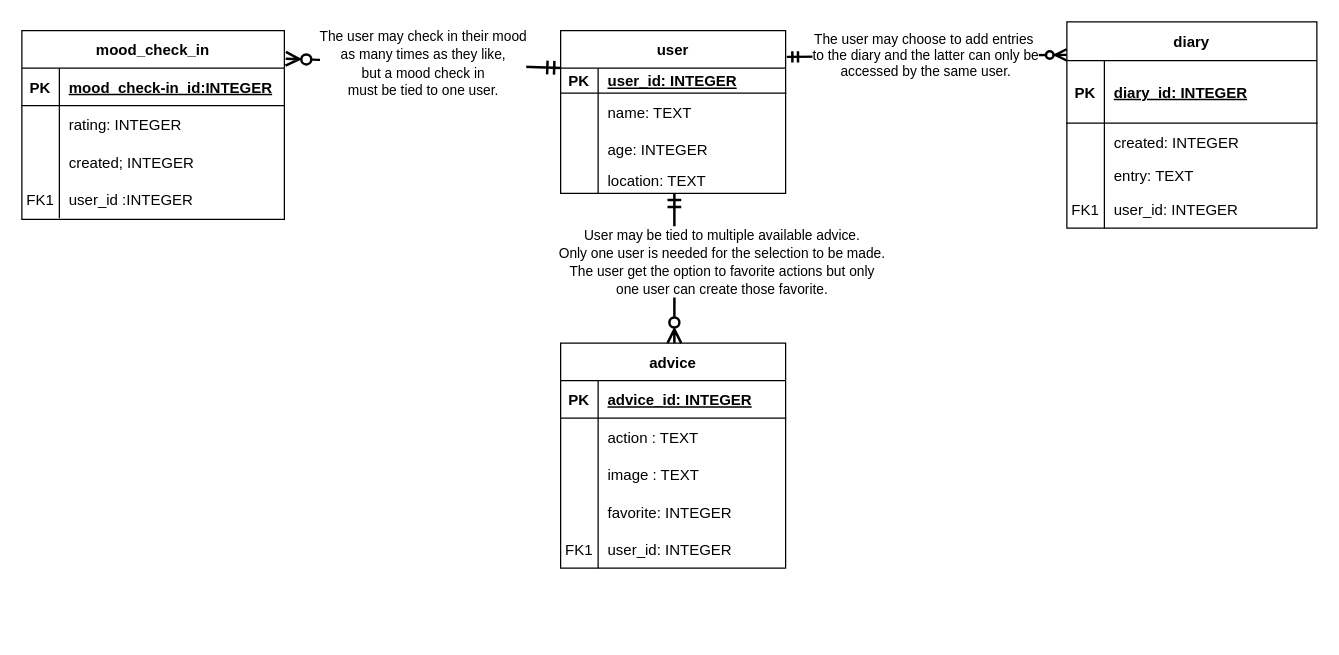
ddc-java-15/el-8 keeps this draw.io diagram as docs/work/erd.drawio. Above is the earlier version. Source tidied: cells renumbered, new cells numbered last; positions are measured from the earlier drawing's top-left corner, leaving out a move shared by most shapes. Both pictures are drawn from the tidied source at 125%, with x=0, y=0 at pixel (21, 21).
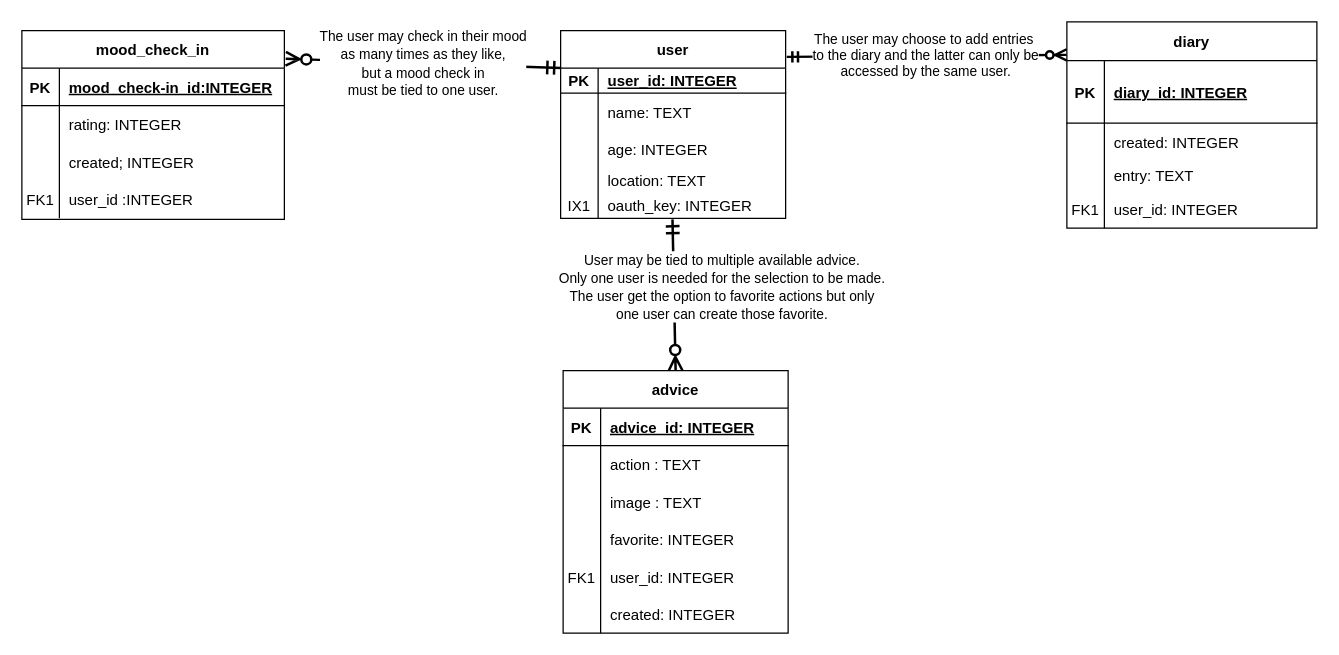
The same diagram, later.

Change to the diagram source:
```diff
@@
     <mxCell id="2" value="user" style="shape=table;startSize=30;childLayout=tableLayout;rowLines=0;fontStyle=1;align=center;" parent="1" vertex="1">
-      <mxGeometry x="431" y="7" width="180" height="130.1" as="geometry" />
+      <mxGeometry x="431" y="7" width="180" height="150.1" as="geometry" />
     </mxCell>
@@
+    <mxCell id="61" style="shape=tableRow;horizontal=0;startSize=0;swimlaneHead=0;swimlaneBody=0;fillColor=none;top=0;left=0;right=0;bottom=0;" parent="2" vertex="1">
+      <mxGeometry y="130" width="180" height="20" as="geometry" />
+    </mxCell>
+    <mxCell id="62" value="IX1" style="shape=partialRectangle;fillColor=none;top=0;left=0;bottom=0;right=0;overflow=hidden;" parent="61" vertex="1">
+      <mxGeometry width="30" height="20" as="geometry" />
+    </mxCell>
+    <mxCell id="63" value="oauth_key: INTEGER" style="shape=partialRectangle;fillColor=none;top=0;left=0;bottom=0;right=0;align=left;spacingLeft=6;overflow=hidden;" parent="61" vertex="1">
+      <mxGeometry x="30" width="150" height="20" as="geometry" />
+    </mxCell>
     <mxCell id="15" value="advice" style="shape=table;startSize=30;childLayout=tableLayout;rowLines=0;fontStyle=1;align=center;" parent="1" vertex="1">
-      <mxGeometry x="431" y="257" width="180" height="180" as="geometry" />
+      <mxGeometry x="433" y="279" width="180" height="210" as="geometry" />
     </mxCell>
@@
+    <mxCell id="64" style="shape=tableRow;horizontal=0;startSize=0;swimlaneHead=0;swimlaneBody=0;fillColor=none;top=0;left=0;right=0;bottom=0;" parent="15" vertex="1">
+      <mxGeometry y="180" width="180" height="30" as="geometry" />
+    </mxCell>
+    <mxCell id="65" value="                    " style="shape=partialRectangle;fillColor=none;top=0;left=0;bottom=0;right=0;overflow=hidden;" parent="64" vertex="1">
+      <mxGeometry width="30" height="30" as="geometry" />
+    </mxCell>
+    <mxCell id="66" value="created: INTEGER" style="shape=partialRectangle;fillColor=none;top=0;left=0;bottom=0;right=0;align=left;spacingLeft=6;overflow=hidden;" parent="64" vertex="1">
+      <mxGeometry x="30" width="150" height="30" as="geometry" />
+    </mxCell>
@@
-    <mxCell id="57" value="&lt;font style=&quot;font-size: 11px&quot;&gt;User may be tied to multiple available advice.&lt;br&gt;Only one user is needed&amp;nbsp;for the selection to be made.&lt;br&gt;&lt;span style=&quot;text-align: left&quot;&gt;The user get the option to&amp;nbsp;&lt;/span&gt;&lt;span style=&quot;text-align: left&quot;&gt;favorite&amp;nbsp;&lt;/span&gt;&lt;span style=&quot;text-align: left&quot;&gt;actions but only &lt;br&gt;one user can create those favorite.&lt;/span&gt;&lt;/font&gt;" style="fontSize=12;html=1;endArrow=ERzeroToMany;startArrow=ERmandOne;rounded=1;strokeWidth=2;endSize=8;startSize=8;endFill=0;" parent="1" edge="1">
+    <mxCell id="57" value="&lt;font style=&quot;font-size: 11px&quot;&gt;User may be tied to multiple available advice.&lt;br&gt;Only one user is needed&amp;nbsp;for the selection to be made.&lt;br&gt;&lt;span style=&quot;text-align: left&quot;&gt;The user get the option to&amp;nbsp;&lt;/span&gt;&lt;span style=&quot;text-align: left&quot;&gt;favorite&amp;nbsp;&lt;/span&gt;&lt;span style=&quot;text-align: left&quot;&gt;actions but only &lt;br&gt;one user can create those favorite.&lt;/span&gt;&lt;/font&gt;" style="fontSize=12;html=1;endArrow=ERzeroToMany;startArrow=ERmandOne;rounded=1;strokeWidth=2;endSize=8;startSize=8;endFill=0;entryX=0.5;entryY=0;entryDx=0;entryDy=0;" parent="1" edge="1" target="15">
       <mxGeometry x="-0.09" y="38" relative="1" as="geometry">
-        <mxPoint x="522" y="137" as="sourcePoint" />
-        <mxPoint x="522" y="257" as="targetPoint" />
+        <mxPoint x="520.5" y="158" as="sourcePoint" />
       </mxGeometry>
     </mxCell>
```
